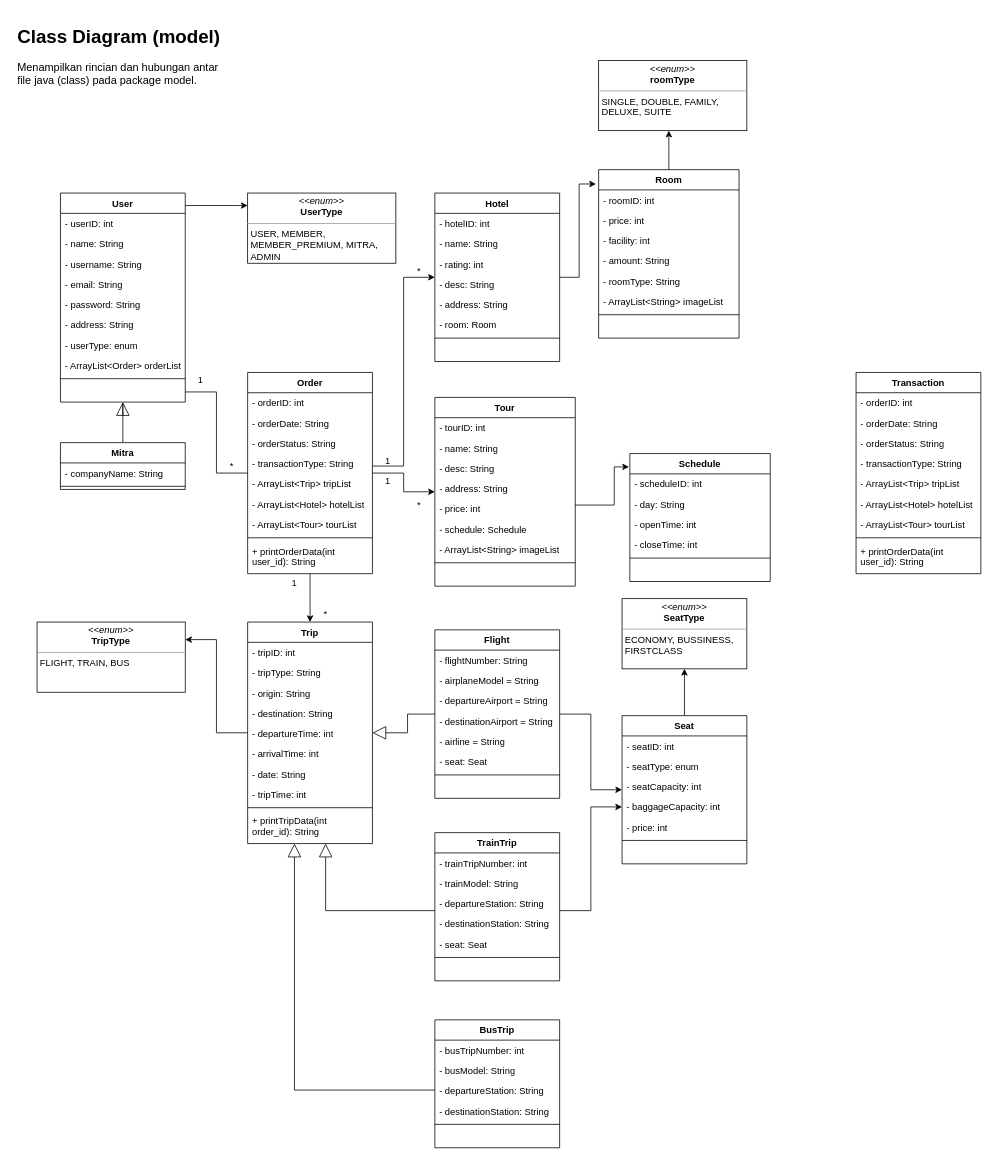
Before: page "Model_Rev" (2 of 2) of src/info/ClassDiagram.drawio in Thomassantosa/TubesPBO, a draw.io diagram. Source tidied: cells renumbered, new cells numbered last; positions are measured from the earlier drawing's top-left corner, leaving out a move shared by most shapes. Both pictures are drawn from the tidied source at 78%, with x=0, y=0 at pixel (13, 21).
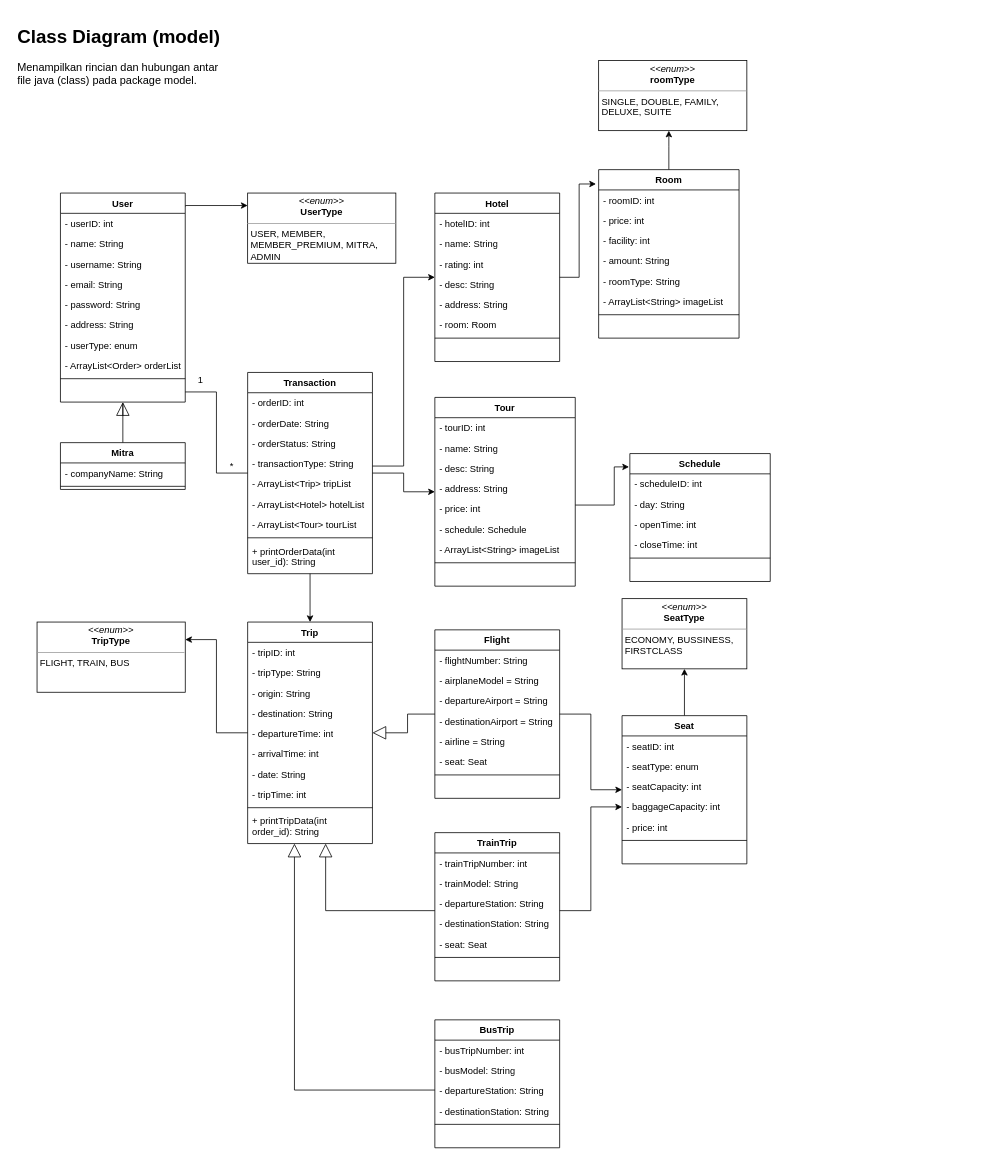
The same diagram, later.

Diff of the diagram source:
```diff
@@
-    <mxCell id="23" value="Order" style="swimlane;fontStyle=1;align=center;verticalAlign=top;horizontal=1;startSize=26;whiteSpace=wrap;" parent="1" vertex="1">
+    <mxCell id="23" value="Transaction" style="swimlane;fontStyle=1;align=center;verticalAlign=top;horizontal=1;startSize=26;whiteSpace=wrap;" parent="1" vertex="1">
       <mxGeometry x="300" y="450" width="160" height="258" as="geometry" />
     </mxCell>
@@
-    <mxCell id="69" value="1" style="text;html=1;strokeColor=none;fillColor=none;align=center;verticalAlign=middle;whiteSpace=wrap;rounded=0;" parent="1" vertex="1">
-      <mxGeometry x="340" y="710" width="40" height="20" as="geometry" />
-    </mxCell>
-    <mxCell id="70" value="*" style="text;html=1;strokeColor=none;fillColor=none;align=center;verticalAlign=middle;whiteSpace=wrap;rounded=0;" parent="1" vertex="1">
-      <mxGeometry x="380" y="750" width="40" height="20" as="geometry" />
-    </mxCell>
@@
-    <mxCell id="128" value="1" style="text;html=1;strokeColor=none;fillColor=none;align=center;verticalAlign=middle;whiteSpace=wrap;rounded=0;" parent="1" vertex="1">
-      <mxGeometry x="460" y="554" width="40" height="20" as="geometry" />
-    </mxCell>
-    <mxCell id="129" value="1" style="text;html=1;strokeColor=none;fillColor=none;align=center;verticalAlign=middle;whiteSpace=wrap;rounded=0;" parent="1" vertex="1">
-      <mxGeometry x="460" y="580" width="40" height="20" as="geometry" />
-    </mxCell>
-    <mxCell id="130" value="*" style="text;html=1;strokeColor=none;fillColor=none;align=center;verticalAlign=middle;whiteSpace=wrap;rounded=0;" parent="1" vertex="1">
-      <mxGeometry x="500" y="610" width="40" height="20" as="geometry" />
-    </mxCell>
-    <mxCell id="131" value="*" style="text;html=1;strokeColor=none;fillColor=none;align=center;verticalAlign=middle;whiteSpace=wrap;rounded=0;" parent="1" vertex="1">
-      <mxGeometry x="500" y="310" width="40" height="20" as="geometry" />
-    </mxCell>
@@
-    <mxCell id="133" value="Transaction" style="swimlane;fontStyle=1;align=center;verticalAlign=top;horizontal=1;startSize=26;whiteSpace=wrap;" parent="1" vertex="1">
-      <mxGeometry x="1080" y="450" width="160" height="258" as="geometry" />
-    </mxCell>
-    <mxCell id="134" value="- orderID: int" style="text;strokeColor=none;fillColor=none;align=left;verticalAlign=top;spacingLeft=4;spacingRight=4;overflow=hidden;whiteSpace=wrap;" parent="133" vertex="1">
-      <mxGeometry y="26" width="160" height="26" as="geometry" />
-    </mxCell>
-    <mxCell id="135" value="- orderDate: String" style="text;strokeColor=none;fillColor=none;align=left;verticalAlign=top;spacingLeft=4;spacingRight=4;overflow=hidden;whiteSpace=wrap;" parent="133" vertex="1">
-      <mxGeometry y="52" width="160" height="26" as="geometry" />
-    </mxCell>
-    <mxCell id="136" value="- orderStatus: String" style="text;strokeColor=none;fillColor=none;align=left;verticalAlign=top;spacingLeft=4;spacingRight=4;overflow=hidden;whiteSpace=wrap;" parent="133" vertex="1">
-      <mxGeometry y="78" width="160" height="26" as="geometry" />
-    </mxCell>
-    <mxCell id="137" value="- transactionType: String" style="text;strokeColor=none;fillColor=none;align=left;verticalAlign=top;spacingLeft=4;spacingRight=4;overflow=hidden;whiteSpace=wrap;" parent="133" vertex="1">
-      <mxGeometry y="104" width="160" height="26" as="geometry" />
-    </mxCell>
-    <mxCell id="138" value="- ArrayList&lt;Trip&gt; tripList" style="text;strokeColor=none;fillColor=none;align=left;verticalAlign=top;spacingLeft=4;spacingRight=4;overflow=hidden;whiteSpace=wrap;" parent="133" vertex="1">
-      <mxGeometry y="130" width="160" height="26" as="geometry" />
-    </mxCell>
-    <mxCell id="139" value="- ArrayList&lt;Hotel&gt; hotelList" style="text;strokeColor=none;fillColor=none;align=left;verticalAlign=top;spacingLeft=4;spacingRight=4;overflow=hidden;whiteSpace=wrap;" parent="133" vertex="1">
-      <mxGeometry y="156" width="160" height="26" as="geometry" />
-    </mxCell>
-    <mxCell id="140" value="- ArrayList&lt;Tour&gt; tourList" style="text;strokeColor=none;fillColor=none;align=left;verticalAlign=top;spacingLeft=4;spacingRight=4;overflow=hidden;whiteSpace=wrap;" parent="133" vertex="1">
-      <mxGeometry y="182" width="160" height="26" as="geometry" />
-    </mxCell>
-    <mxCell id="141" style="line;strokeWidth=1;fillColor=none;align=left;verticalAlign=middle;spacingTop=-1;spacingLeft=3;spacingRight=3;labelPosition=right;whiteSpace=wrap;" parent="133" vertex="1">
-      <mxGeometry y="208" width="160" height="8" as="geometry" />
-    </mxCell>
-    <mxCell id="142" value="+ printOrderData(int user_id): String" style="text;strokeColor=none;fillColor=none;align=left;verticalAlign=top;spacingLeft=4;spacingRight=4;overflow=hidden;whiteSpace=wrap;" parent="133" vertex="1">
-      <mxGeometry y="216" width="160" height="42" as="geometry" />
-    </mxCell>
```
